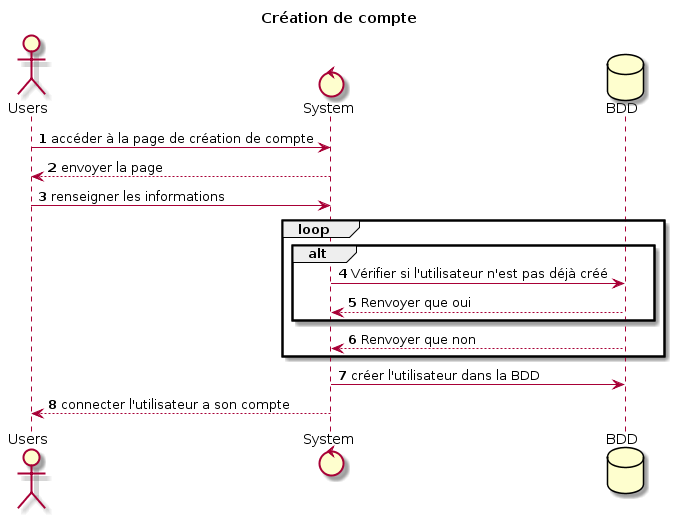
blackmath62/My_Blog keeps this PlantUML diagram as Diagrams/Diagramme de séquence Création de compte.png. Above is the earlier version. The source it was exported from:
```plantuml
@startuml
title Création de compte
actor Users
control System
database BDD
autonumber

Users -> System : accéder à la page de création de compte
System --> Users : envoyer la page
Users -> System : renseigner les informations
loop
alt
System -> BDD: Vérifier si l'utilisateur n'est pas déjà créé
BDD --> System: Renvoyer que oui
end
BDD --> System: Renvoyer que non
end
System -> BDD : créer l'utilisateur dans la BDD
System --> Users : connecter l'utilisateur a son compte
@enduml
```
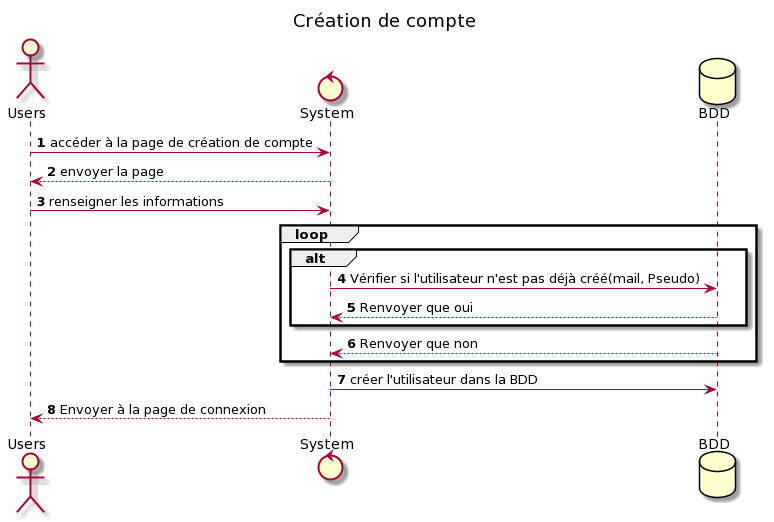
After the change.

What changed in the source:
```diff
@@ -10,11 +10,11 @@
 Users -> System : renseigner les informations
 loop
 alt
-System -> BDD: Vérifier si l'utilisateur n'est pas déjà créé
+System -> BDD: Vérifier si l'utilisateur n'est pas déjà créé(mail, Pseudo)
 BDD --> System: Renvoyer que oui
 end
 BDD --> System: Renvoyer que non
 end
 System -> BDD : créer l'utilisateur dans la BDD
-System --> Users : connecter l'utilisateur a son compte
+System --> Users : Envoyer à la page de connexion
 @enduml
```
